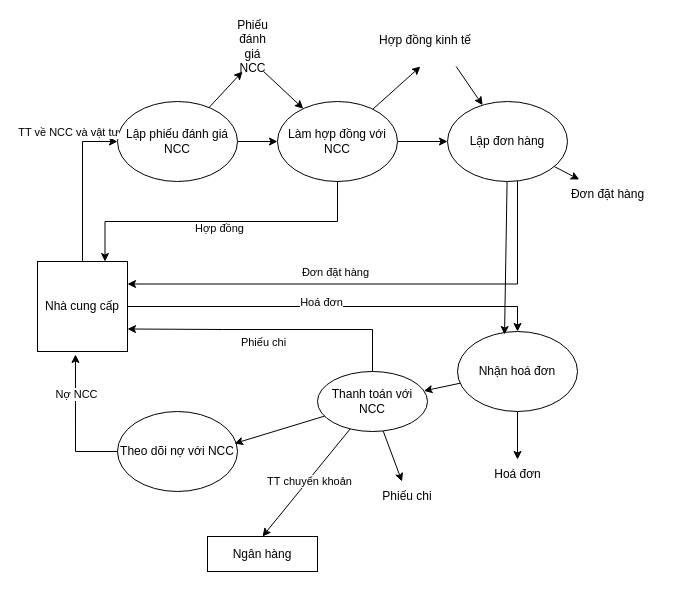
Earlier version of the draw.io diagram page "DFD_2" (37 of 39) of doan.drawio (anhduy7723/web_shop). Source tidied: cells renumbered, new cells numbered last; positions are measured from the earlier drawing's top-left corner, leaving out a move shared by most shapes. Both pictures are drawn from the tidied source at 100%, with x=0, y=0 at pixel (37, 26).
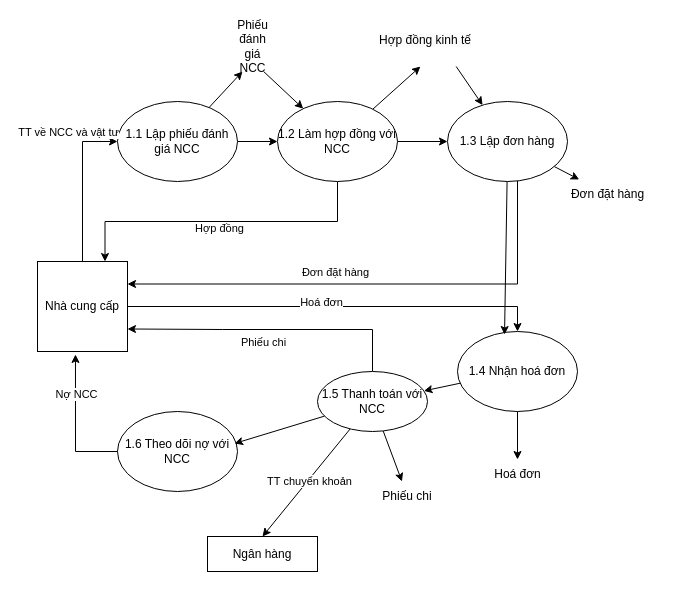
The same page after the edit.

Diff of the diagram source:
```diff
@@
-    <mxCell id="4" value="Lập phiếu đánh giá NCC" style="ellipse;whiteSpace=wrap;html=1;" parent="1" vertex="1">
+    <mxCell id="4" value="1.1 Lập phiếu đánh giá NCC" style="ellipse;whiteSpace=wrap;html=1;" parent="1" vertex="1">
       <mxGeometry x="80" y="75" width="120" height="80" as="geometry" />
     </mxCell>
@@
-    <mxCell id="10" value="Theo dõi nợ với NCC" style="ellipse;whiteSpace=wrap;html=1;" parent="1" vertex="1">
+    <mxCell id="10" value="1.6 Theo dõi nợ với NCC" style="ellipse;whiteSpace=wrap;html=1;" parent="1" vertex="1">
       <mxGeometry x="80" y="385" width="120" height="80" as="geometry" />
     </mxCell>
@@
-    <mxCell id="17" value="Làm hợp đồng với NCC" style="ellipse;whiteSpace=wrap;html=1;" parent="1" vertex="1">
+    <mxCell id="17" value="1.2 Làm hợp đồng với NCC" style="ellipse;whiteSpace=wrap;html=1;" parent="1" vertex="1">
       <mxGeometry x="240" y="75" width="120" height="80" as="geometry" />
     </mxCell>
@@
-    <mxCell id="22" value="Lập đơn hàng" style="ellipse;whiteSpace=wrap;html=1;" parent="1" vertex="1">
+    <mxCell id="22" value="1.3 Lập đơn hàng" style="ellipse;whiteSpace=wrap;html=1;" parent="1" vertex="1">
       <mxGeometry x="410" y="75" width="120" height="80" as="geometry" />
     </mxCell>
@@
-    <mxCell id="28" value="Thanh toán với NCC" style="ellipse;whiteSpace=wrap;html=1;" parent="1" vertex="1">
+    <mxCell id="28" value="1.5 Thanh toán với NCC" style="ellipse;whiteSpace=wrap;html=1;" parent="1" vertex="1">
       <mxGeometry x="280" y="345" width="110" height="60" as="geometry" />
     </mxCell>
@@
-    <mxCell id="36" value="Nhận hoá đơn" style="ellipse;whiteSpace=wrap;html=1;" parent="1" vertex="1">
+    <mxCell id="36" value="1.4 Nhận hoá đơn" style="ellipse;whiteSpace=wrap;html=1;" parent="1" vertex="1">
       <mxGeometry x="420" y="305" width="120" height="80" as="geometry" />
     </mxCell>
```
